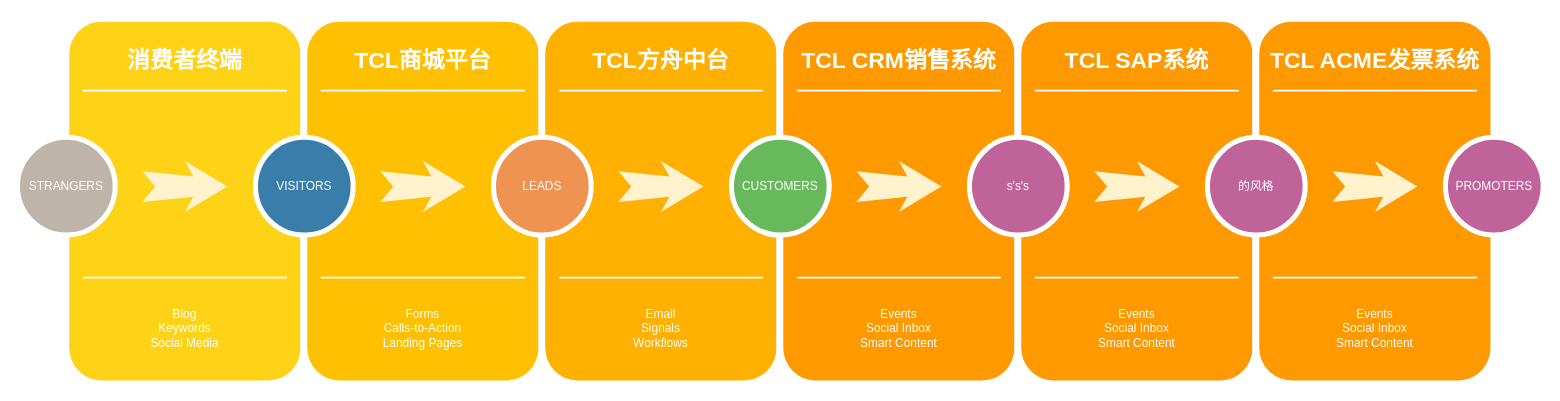
The draw.io diagram tshop/Untitled Diagram.drawio in lawplus/diagrams, before the edit. Source tidied: cells renumbered, new cells numbered last; positions are measured from the earlier drawing's top-left corner, leaving out a move shared by most shapes. Both pictures are drawn from the tidied source at 85%, with x=0, y=0 at pixel (17, 18).
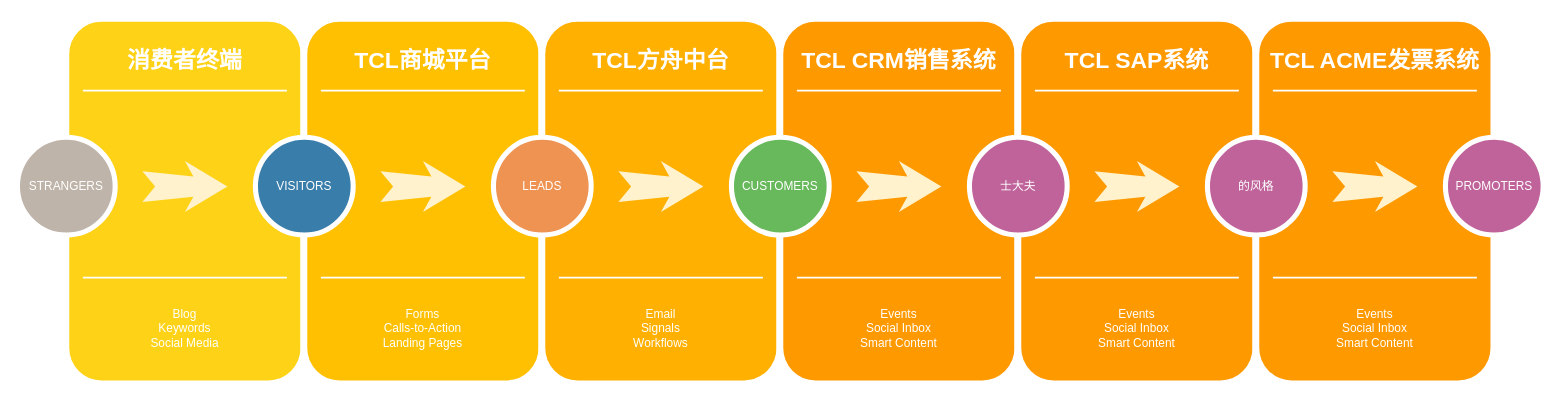
After the change.

Commit message:
TCL之家Pro-PIA数据流转图.drawio

What changed in the source:
```diff
@@
-    <mxCell id="36" value="s's's" style="ellipse;whiteSpace=wrap;html=1;rounded=0;shadow=0;strokeWidth=6;fontSize=14;align=center;fillColor=#BF639A;strokeColor=#FFFFFF;fontColor=#FFFFFF;" parent="1" vertex="1">
+    <mxCell id="36" value="士大夫" style="ellipse;whiteSpace=wrap;html=1;rounded=0;shadow=0;strokeWidth=6;fontSize=14;align=center;fillColor=#BF639A;strokeColor=#FFFFFF;fontColor=#FFFFFF;" parent="1" vertex="1">
       <mxGeometry x="1120" y="140" width="115" height="115" as="geometry" />
     </mxCell>
```
